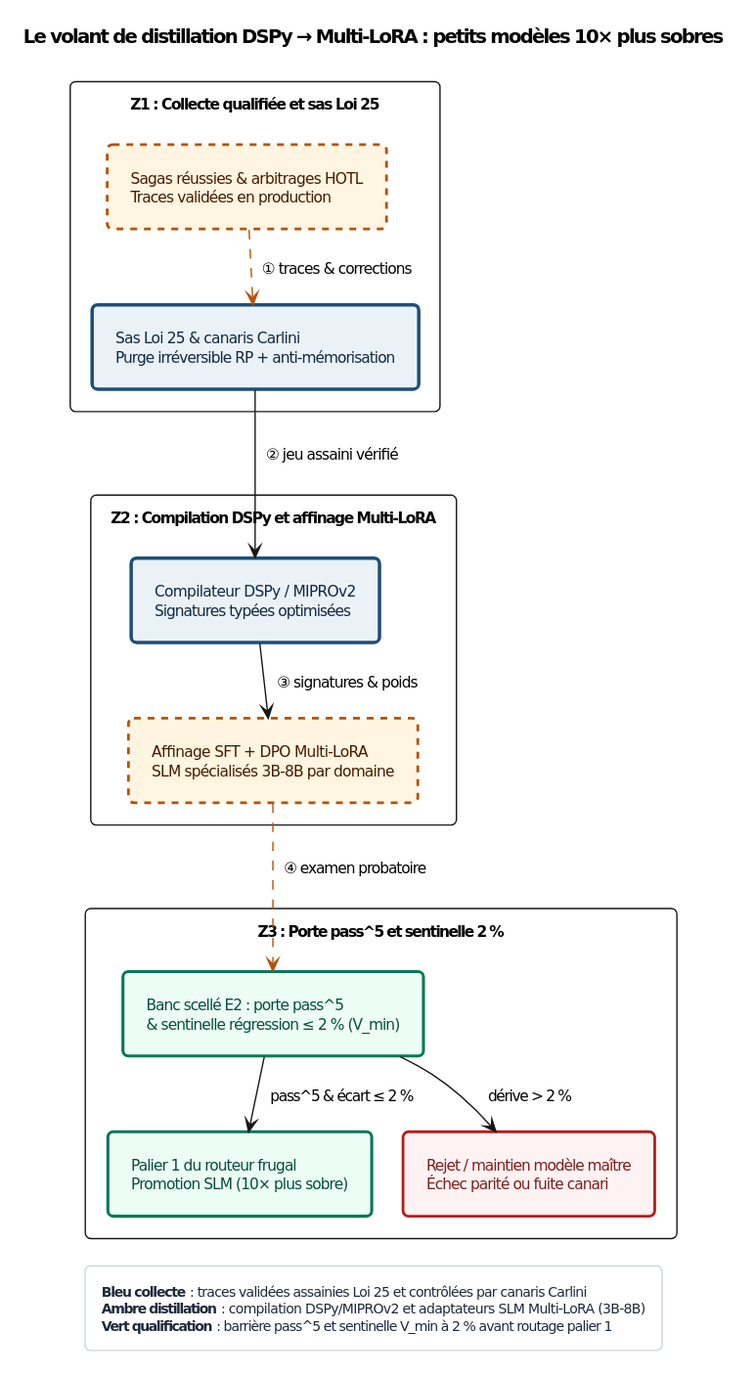
Before: Compendium/ouvrage/schemas/rendus/SCH-23-03.svg, a diagram exported from PlantUML (agbruneau/Agentique).
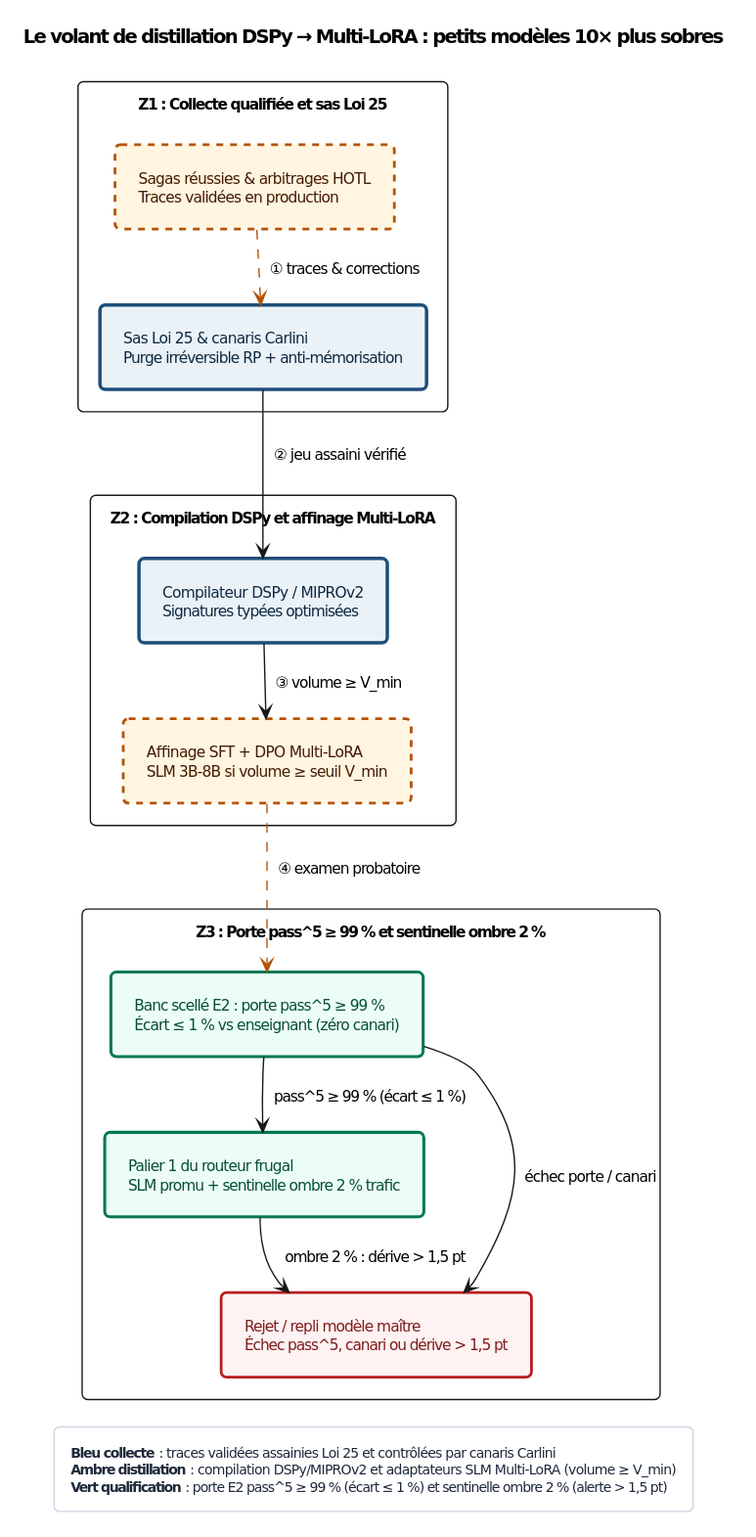
After the commit.

Change to the diagram source:
```diff
@@ -65,22 +65,23 @@
 }
 package "Z2 : Compilation DSPy et affinage Multi-LoRA" {
   rectangle "Compilateur DSPy / MIPROv2\nSignatures typées optimisées" as DSPY <<det>>
-  rectangle "Affinage SFT + DPO Multi-LoRA\nSLM spécialisés 3B-8B par domaine" as LORA <<prob>>
+  rectangle "Affinage SFT + DPO Multi-LoRA\nSLM 3B-8B si volume ≥ seuil V_min" as LORA <<prob>>
 }
-package "Z3 : Porte pass^5 et sentinelle 2 %" {
-  rectangle "Banc scellé E2 : porte pass^5\n& sentinelle régression ≤ 2 % (V_min)" as GATE <<ok>>
-  rectangle "Palier 1 du routeur frugal\nPromotion SLM (10× plus sobre)" as PROD <<ok>>
-  rectangle "Rejet / maintien modèle maître\nÉchec parité ou fuite canari" as REJ <<danger>>
+package "Z3 : Porte pass^5 ≥ 99 % et sentinelle ombre 2 %" {
+  rectangle "Banc scellé E2 : porte pass^5 ≥ 99 %\nÉcart ≤ 1 % vs enseignant (zéro canari)" as GATE <<ok>>
+  rectangle "Palier 1 du routeur frugal\nSLM promu + sentinelle ombre 2 % trafic" as PROD <<ok>>
+  rectangle "Rejet / repli modèle maître\nÉchec pass^5, canari ou dérive > 1,5 pt" as REJ <<danger>>
 }
 COLL .[#B45309].> SAS : ① traces & corrections
 SAS --> DSPY : ② jeu assaini vérifié
-DSPY --> LORA : ③ signatures & poids
+DSPY --> LORA : ③ volume ≥ V_min
 LORA .[#B45309].> GATE : ④ examen probatoire
-GATE --> PROD : pass^5 & écart ≤ 2 %
-GATE --> REJ : dérive > 2 %
+GATE --> PROD : pass^5 ≥ 99 % (écart ≤ 1 %)
+GATE --> REJ : échec porte / canari
+PROD --> REJ : ombre 2 % : dérive > 1,5 pt
 legend bottom
   **Bleu collecte** : traces validées assainies Loi 25 et contrôlées par canaris Carlini
-  **Ambre distillation** : compilation DSPy/MIPROv2 et adaptateurs SLM Multi-LoRA (3B-8B)
-  **Vert qualification** : barrière pass^5 et sentinelle V_min à 2 % avant routage palier 1
+  **Ambre distillation** : compilation DSPy/MIPROv2 et adaptateurs SLM Multi-LoRA (volume ≥ V_min)
+  **Vert qualification** : porte E2 pass^5 ≥ 99 % (écart ≤ 1 %) et sentinelle ombre 2 % (alerte > 1,5 pt)
 end legend
 @enduml
```
